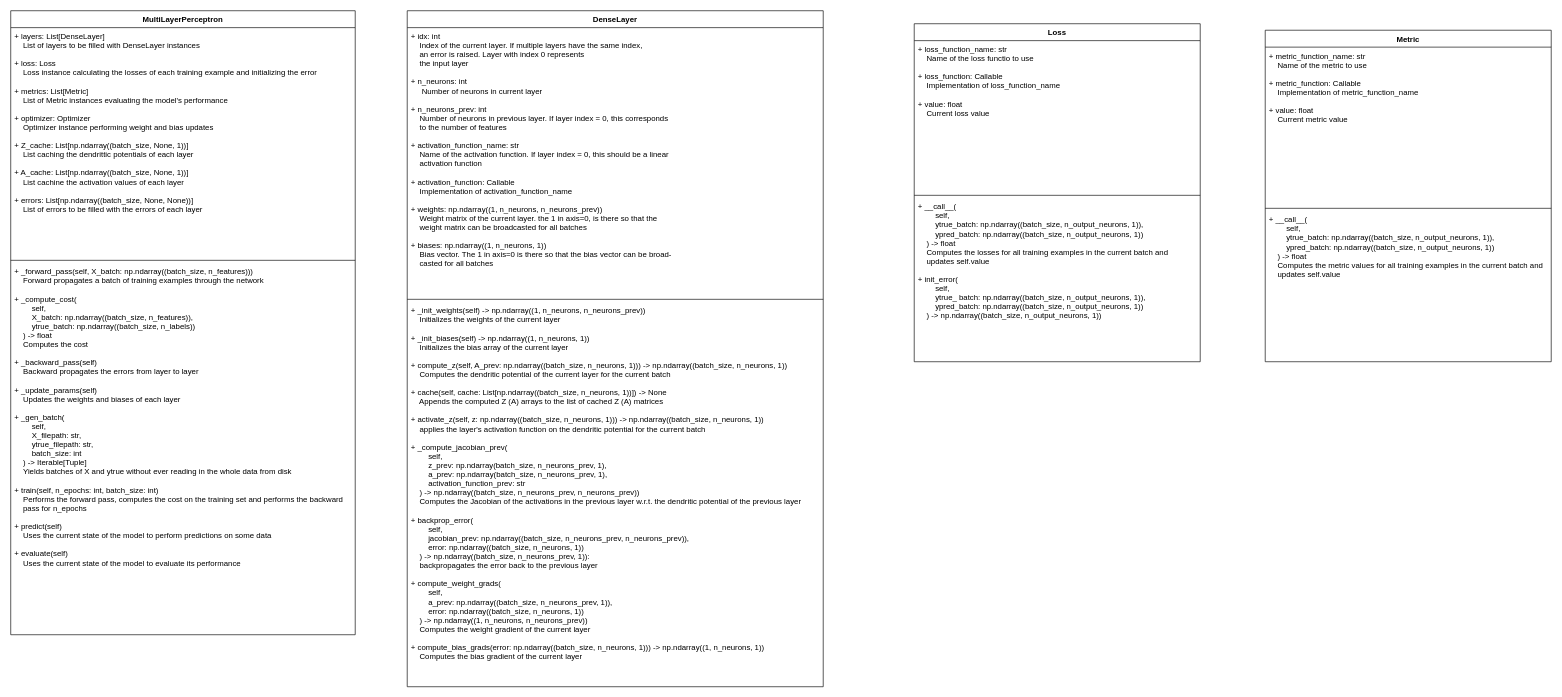
The draw.io diagram page "classes" (2 of 2) of theory/implementation.drawio in kevinsuedmersen/neural_networks_from_scratch, before the edit. Source tidied: cells renumbered, new cells numbered last; positions are measured from the earlier drawing's top-left corner, leaving out a move shared by most shapes. Both pictures are drawn from the tidied source at 65%, with x=0, y=0 at pixel (10, 10).
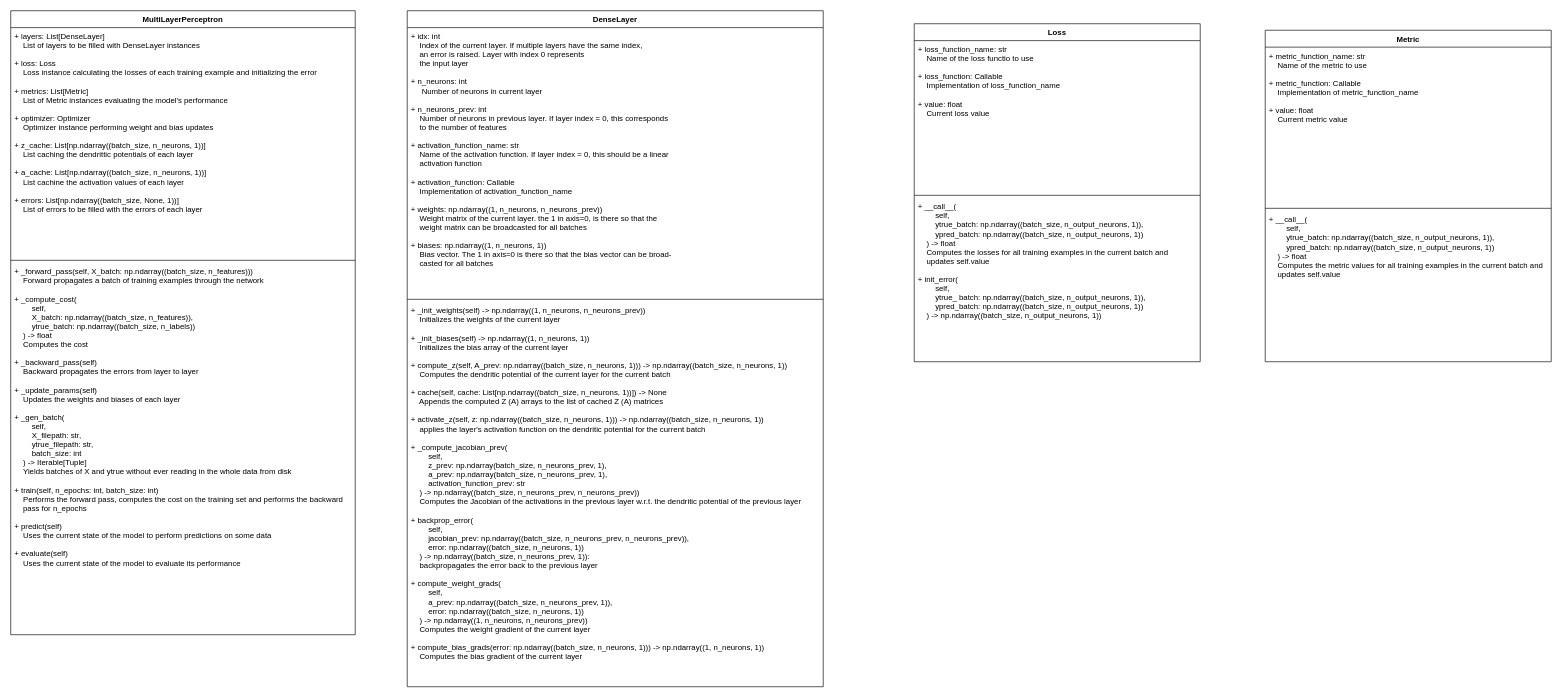
Above is the later version.

Commit message (it also covers changes not shown here):
added base classes of each module

Change to the diagram source:
```diff
@@
 <mxGraphModel>
   <root>
     <mxCell id="0" />
     <mxCell id="1" parent="0" />
     <mxCell id="2" value="DenseLayer" style="swimlane;fontStyle=1;align=center;verticalAlign=top;horizontal=1;startSize=26;" parent="1" vertex="1">
       <mxGeometry x="610" width="640" height="1040" as="geometry" />
     </mxCell>
     <mxCell id="3" value="+ idx: int&#10;    Index of the current layer. If multiple layers have the same index,&#10;    an error is raised. Layer with index 0 represents&#10;    the input layer&#10;&#10;+ n_neurons: int &#10;     Number of neurons in current layer&#10;&#10;+ n_neurons_prev: int  &#10;    Number of neurons in previous layer. If layer index = 0, this corresponds&#10;    to the number of features&#10;&#10;+ activation_function_name: str  &#10;    Name of the activation function. If layer index = 0, this should be a linear&#10;    activation function&#10;&#10;+ activation_function: Callable&#10;    Implementation of activation_function_name&#10;&#10;+ weights: np.ndarray((1, n_neurons, n_neurons_prev)) &#10;    Weight matrix of the current layer. the 1 in axis=0, is there so that the &#10;    weight matrix can be broadcasted for all batches&#10;&#10;+ biases: np.ndarray((1, n_neurons, 1))  &#10;    Bias vector. The 1 in axis=0 is there so that the bias vector can be broad-&#10;    casted for all batches" style="text;strokeColor=none;fillColor=none;align=left;verticalAlign=top;spacingLeft=4;spacingRight=4;overflow=hidden;" parent="2" vertex="1">
       <mxGeometry y="26" width="640" height="414" as="geometry" />
     </mxCell>
     <mxCell id="4" style="line;strokeWidth=1;fillColor=none;align=left;verticalAlign=middle;spacingTop=-1;spacingLeft=3;spacingRight=3;labelPosition=right;" parent="2" vertex="1">
       <mxGeometry y="440" width="640" height="8" as="geometry" />
     </mxCell>
     <mxCell id="5" value="+ _init_weights(self) -&gt; np.ndarray((1, n_neurons, n_neurons_prev))&#10;    Initializes the weights of the current layer&#10;&#10;+ _init_biases(self) -&gt; np.ndarray((1, n_neurons, 1))&#10;    Initializes the bias array of the current layer&#10;&#10;+ compute_z(self, A_prev: np.ndarray((batch_size, n_neurons, 1))) -&gt; np.ndarray((batch_size, n_neurons, 1))  &#10;    Computes the dendritic potential of the current layer for the current batch&#10;&#10;+ cache(self, cache: List[np.ndarray((batch_size, n_neurons, 1))]) -&gt; None&#10;    Appends the computed Z (A) arrays to the list of cached Z (A) matrices&#10;&#10;+ activate_z(self, z: np.ndarray((batch_size, n_neurons, 1))) -&gt; np.ndarray((batch_size, n_neurons, 1))&#10;    applies the layer's activation function on the dendritic potential for the current batch&#10;&#10;+ _compute_jacobian_prev(&#10;        self, &#10;        z_prev: np.ndarray(batch_size, n_neurons_prev, 1), &#10;        a_prev: np.ndarray(batch_size, n_neurons_prev, 1), &#10;        activation_function_prev: str&#10;    ) -&gt; np.ndarray((batch_size, n_neurons_prev, n_neurons_prev))&#10;    Computes the Jacobian of the activations in the previous layer w.r.t. the dendritic potential of the previous layer&#10;&#10;+ backprop_error(&#10;        self, &#10;        jacobian_prev: np.ndarray((batch_size, n_neurons_prev, n_neurons_prev)), &#10;        error: np.ndarray((batch_size, n_neurons, 1))&#10;    ) -&gt; np.ndarray((batch_size, n_neurons_prev, 1)):&#10;    backpropagates the error back to the previous layer&#10;&#10;+ compute_weight_grads(&#10;        self, &#10;        a_prev: np.ndarray((batch_size, n_neurons_prev, 1)), &#10;        error: np.ndarray((batch_size, n_neurons, 1))&#10;    ) -&gt; np.ndarray((1, n_neurons, n_neurons_prev))&#10;    Computes the weight gradient of the current layer&#10;&#10;+ compute_bias_grads(error: np.ndarray((batch_size, n_neurons, 1))) -&gt; np.ndarray((1, n_neurons, 1))&#10;    Computes the bias gradient of the current layer" style="text;strokeColor=none;fillColor=none;align=left;verticalAlign=top;spacingLeft=4;spacingRight=4;overflow=hidden;" parent="2" vertex="1">
       <mxGeometry y="448" width="640" height="592" as="geometry" />
     </mxCell>
     <mxCell id="6" value="MultiLayerPerceptron" style="swimlane;fontStyle=1;align=center;verticalAlign=top;horizontal=1;startSize=26;" parent="1" vertex="1">
       <mxGeometry width="530" height="960" as="geometry" />
     </mxCell>
-    <mxCell id="7" value="+ layers: List[DenseLayer]&#10;    List of layers to be filled with DenseLayer instances&#10;&#10;+ loss: Loss&#10;    Loss instance calculating the losses of each training example and initializing the error&#10;&#10;+ metrics: List[Metric]&#10;    List of Metric instances evaluating the model's performance&#10;&#10;+ optimizer: Optimizer&#10;    Optimizer instance performing weight and bias updates&#10;&#10;+ Z_cache: List[np.ndarray((batch_size, None, 1))]&#10;    List caching the dendrittic potentials of each layer&#10;&#10;+ A_cache: List[np.ndarray((batch_size, None, 1))]&#10;    List cachine the activation values of each layer&#10;&#10;+ errors: List[np.ndarray((batch_size, None, None))]&#10;    List of errors to be filled with the errors of each layer" style="text;strokeColor=none;fillColor=none;align=left;verticalAlign=top;spacingLeft=4;spacingRight=4;overflow=hidden;" parent="6" vertex="1">
+    <mxCell id="7" value="+ layers: List[DenseLayer]&#10;    List of layers to be filled with DenseLayer instances&#10;&#10;+ loss: Loss&#10;    Loss instance calculating the losses of each training example and initializing the error&#10;&#10;+ metrics: List[Metric]&#10;    List of Metric instances evaluating the model's performance&#10;&#10;+ optimizer: Optimizer&#10;    Optimizer instance performing weight and bias updates&#10;&#10;+ z_cache: List[np.ndarray((batch_size, n_neurons, 1))]&#10;    List caching the dendrittic potentials of each layer&#10;&#10;+ a_cache: List[np.ndarray((batch_size, n_neurons, 1))]&#10;    List cachine the activation values of each layer&#10;&#10;+ errors: List[np.ndarray((batch_size, None, 1))]&#10;    List of errors to be filled with the errors of each layer" style="text;strokeColor=none;fillColor=none;align=left;verticalAlign=top;spacingLeft=4;spacingRight=4;overflow=hidden;" parent="6" vertex="1">
       <mxGeometry y="26" width="530" height="354" as="geometry" />
     </mxCell>
     <mxCell id="8" style="line;strokeWidth=1;fillColor=none;align=left;verticalAlign=middle;spacingTop=-1;spacingLeft=3;spacingRight=3;labelPosition=right;" parent="6" vertex="1">
       <mxGeometry y="380" width="530" height="8" as="geometry" />
     </mxCell>
     <mxCell id="9" value="+ _forward_pass(self, X_batch: np.ndarray((batch_size, n_features)))&#10;    Forward propagates a batch of training examples through the network&#10;&#10;+ _compute_cost(&#10;        self,&#10;        X_batch: np.ndarray((batch_size, n_features)), &#10;        ytrue_batch: np.ndarray((batch_size, n_labels))&#10;    ) -&gt; float&#10;    Computes the cost&#10;&#10;+ _backward_pass(self)&#10;    Backward propagates the errors from layer to layer&#10;&#10;+ _update_params(self)&#10;    Updates the weights and biases of each layer&#10;&#10;+ _gen_batch(&#10;        self, &#10;        X_filepath: str, &#10;        ytrue_filepath: str, &#10;        batch_size: int&#10;    ) -&gt; Iterable[Tuple]&#10;    Yields batches of X and ytrue without ever reading in the whole data from disk&#10;&#10;+ train(self, n_epochs: int, batch_size: int)&#10;    Performs the forward pass, computes the cost on the training set and performs the backward&#10;    pass for n_epochs&#10;&#10;+ predict(self)&#10;    Uses the current state of the model to perform predictions on some data&#10;&#10;+ evaluate(self)&#10;    Uses the current state of the model to evaluate its performance" style="text;strokeColor=none;fillColor=none;align=left;verticalAlign=top;spacingLeft=4;spacingRight=4;overflow=hidden;" parent="6" vertex="1">
       <mxGeometry y="388" width="530" height="572" as="geometry" />
     </mxCell>
     <mxCell id="10" value="Loss" style="swimlane;fontStyle=1;align=center;verticalAlign=top;horizontal=1;startSize=26;" parent="1" vertex="1">
       <mxGeometry x="1390" y="20" width="440" height="520" as="geometry" />
     </mxCell>
     <mxCell id="11" value="+ loss_function_name: str&#10;    Name of the loss functio to use&#10;&#10;+ loss_function: Callable&#10;    Implementation of loss_function_name&#10;&#10;+ value: float&#10;    Current loss value" style="text;strokeColor=none;fillColor=none;align=left;verticalAlign=top;spacingLeft=4;spacingRight=4;overflow=hidden;" parent="10" vertex="1">
       <mxGeometry y="26" width="440" height="234" as="geometry" />
     </mxCell>
     <mxCell id="12" style="line;strokeWidth=1;fillColor=none;align=left;verticalAlign=middle;spacingTop=-1;spacingLeft=3;spacingRight=3;labelPosition=right;" parent="10" vertex="1">
       <mxGeometry y="260" width="440" height="8" as="geometry" />
     </mxCell>
     <mxCell id="13" value="+ __call__(&#10;        self, &#10;        ytrue_batch: np.ndarray((batch_size, n_output_neurons, 1)),&#10;        ypred_batch: np.ndarray((batch_size, n_output_neurons, 1))&#10;    ) -&gt; float&#10;    Computes the losses for all training examples in the current batch and&#10;    updates self.value&#10;&#10;+ init_error(&#10;        self, &#10;        ytrue_ batch: np.ndarray((batch_size, n_output_neurons, 1)), &#10;        ypred_batch: np.ndarray((batch_size, n_output_neurons, 1))&#10;    ) -&gt; np.ndarray((batch_size, n_output_neurons, 1))" style="text;strokeColor=none;fillColor=none;align=left;verticalAlign=top;spacingLeft=4;spacingRight=4;overflow=hidden;" parent="10" vertex="1">
       <mxGeometry y="268" width="440" height="252" as="geometry" />
     </mxCell>
     <mxCell id="14" value="Metric" style="swimlane;fontStyle=1;align=center;verticalAlign=top;horizontal=1;startSize=26;" parent="1" vertex="1">
       <mxGeometry x="1930" y="30" width="440" height="510" as="geometry" />
     </mxCell>
     <mxCell id="15" value="+ metric_function_name: str&#10;    Name of the metric to use&#10;&#10;+ metric_function: Callable&#10;    Implementation of metric_function_name&#10;&#10;+ value: float&#10;    Current metric value" style="text;strokeColor=none;fillColor=none;align=left;verticalAlign=top;spacingLeft=4;spacingRight=4;overflow=hidden;" parent="14" vertex="1">
       <mxGeometry y="26" width="440" height="244" as="geometry" />
     </mxCell>
     <mxCell id="16" style="line;strokeWidth=1;fillColor=none;align=left;verticalAlign=middle;spacingTop=-1;spacingLeft=3;spacingRight=3;labelPosition=right;" parent="14" vertex="1">
       <mxGeometry y="270" width="440" height="8" as="geometry" />
     </mxCell>
     <mxCell id="17" value="+ __call__(&#10;        self,&#10;        ytrue_batch: np.ndarray((batch_size, n_output_neurons, 1)),&#10;        ypred_batch: np.ndarray((batch_size, n_output_neurons, 1))&#10;    ) -&gt; float&#10;    Computes the metric values for all training examples in the current batch and&#10;    updates self.value" style="text;strokeColor=none;fillColor=none;align=left;verticalAlign=top;spacingLeft=4;spacingRight=4;overflow=hidden;" parent="14" vertex="1">
       <mxGeometry y="278" width="440" height="232" as="geometry" />
     </mxCell>
   </root>
 </mxGraphModel>
```
